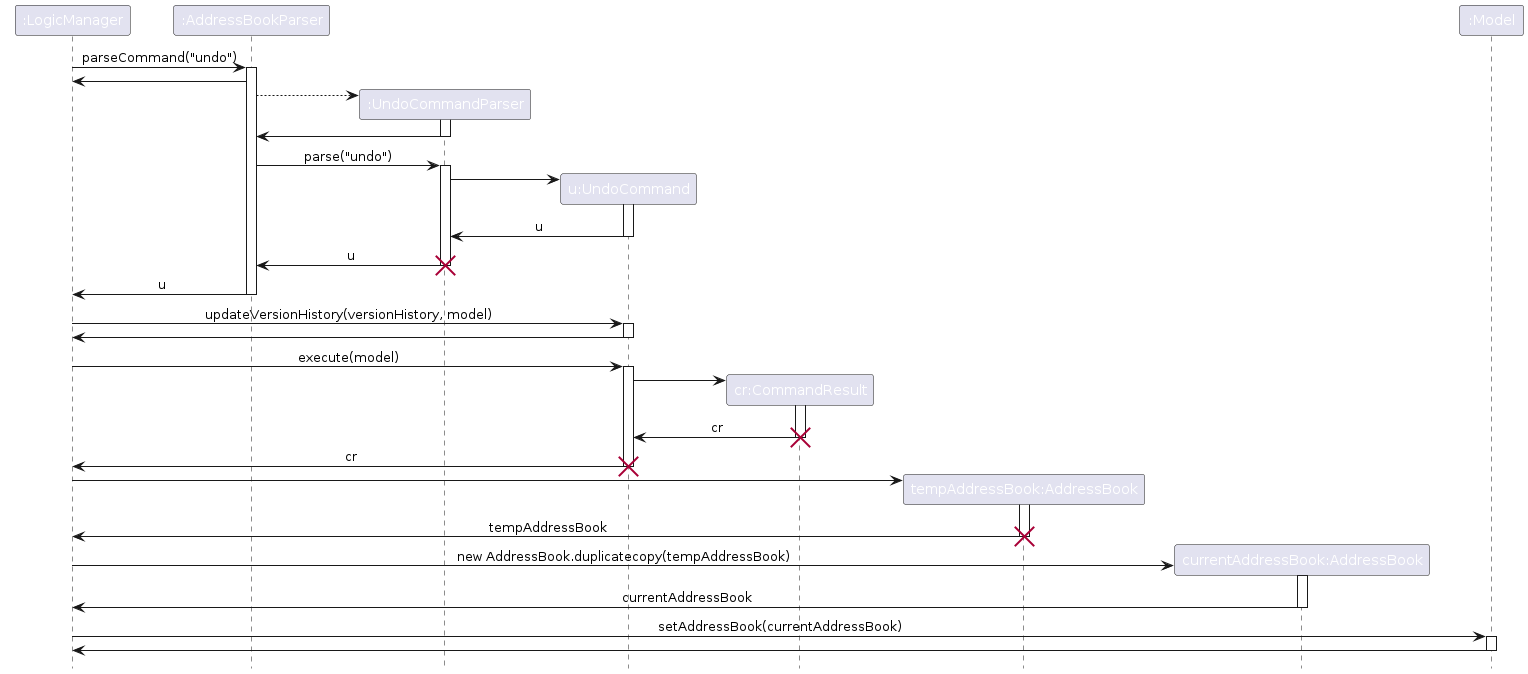
Before: diagrams/UndoSequenceDiagram.png, a diagram exported from PlantUML (AY2425S1-CS2103-F12-2/tp). Its source is kept beside it as diagrams/UndoSequenceDiagram.puml. Its diagram source:
```plantuml
@startuml
!include style.puml
skinparam ArrowFontStyle plain

participant ":LogicManager" as LM
participant ":AddressBookParser" as ABP
participant ":UndoCommandParser" as UCP
participant "u:UndoCommand" as UC
participant "cr:CommandResult" as CR
participant "tempAddressBook:AddressBook" as B
participant "currentAddressBook:AddressBook" as A
participant ":Model" as M

LM -> ABP: parseCommand("undo")
activate ABP
ABP -> LM:
create UCP
ABP --> UCP:
activate UCP
UCP -> ABP
deactivate UCP
ABP -> UCP: parse("undo")
activate UCP
create UC
UCP -> UC
activate UC
UC -> UCP: u
deactivate UC
UCP -> ABP: u
deactivate UCP
destroy UCP
ABP -> LM: u
deactivate ABP
LM -> UC: updateVersionHistory(versionHistory, model)
activate UC
UC -> LM
deactivate UC
LM -> UC: execute(model)
activate UC
create CR
UC -> CR:
activate CR
CR -> UC: cr
deactivate CR
destroy CR
UC -> LM: cr
deactivate UC
destroy UC
create B
LM -> B
activate B
B -> LM: tempAddressBook
deactivate B
destroy B
create A
LM -> A: new AddressBook.duplicatecopy(tempAddressBook)
activate A
A -> LM: currentAddressBook
deactivate A
LM -> M: setAddressBook(currentAddressBook)
activate M
M -> LM
deactivate M
@enduml
```
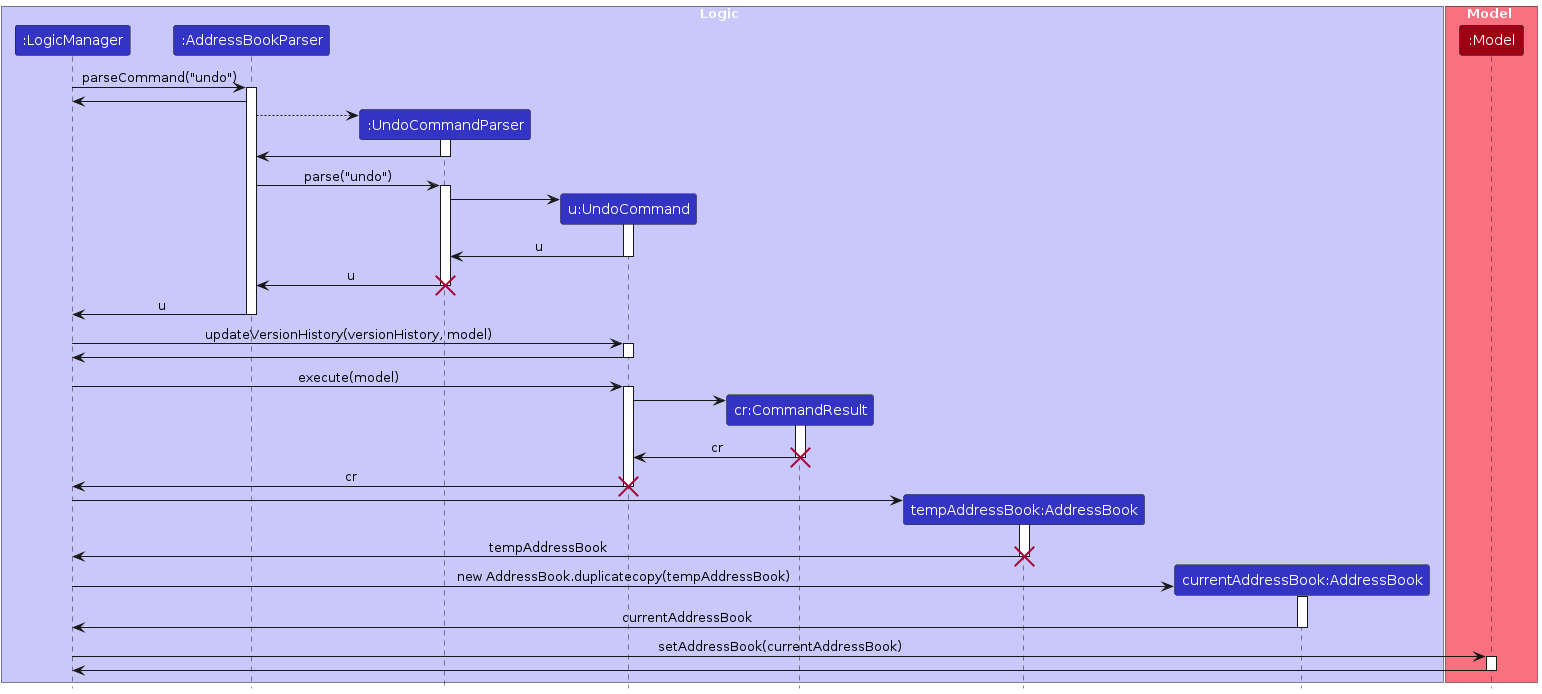
The same diagram one commit later.

The edit, as a diff of the source:
```diff
@@ -2,14 +2,19 @@
 !include style.puml
 skinparam ArrowFontStyle plain
 
-participant ":LogicManager" as LM
-participant ":AddressBookParser" as ABP
-participant ":UndoCommandParser" as UCP
-participant "u:UndoCommand" as UC
-participant "cr:CommandResult" as CR
-participant "tempAddressBook:AddressBook" as B
-participant "currentAddressBook:AddressBook" as A
-participant ":Model" as M
+box Logic LOGIC_COLOR_T1
+participant ":LogicManager" as LM LOGIC_COLOR
+participant ":AddressBookParser" as ABP LOGIC_COLOR
+participant ":UndoCommandParser" as UCP LOGIC_COLOR
+participant "u:UndoCommand" as UC LOGIC_COLOR
+participant "cr:CommandResult" as CR LOGIC_COLOR
+participant "tempAddressBook:AddressBook" as B LOGIC_COLOR
+participant "currentAddressBook:AddressBook" as A LOGIC_COLOR
+end box
+
+box Model MODEL_COLOR_T1
+participant ":Model" as M MODEL_COLOR
+end box
 
 LM -> ABP: parseCommand("undo")
 activate ABP
```
